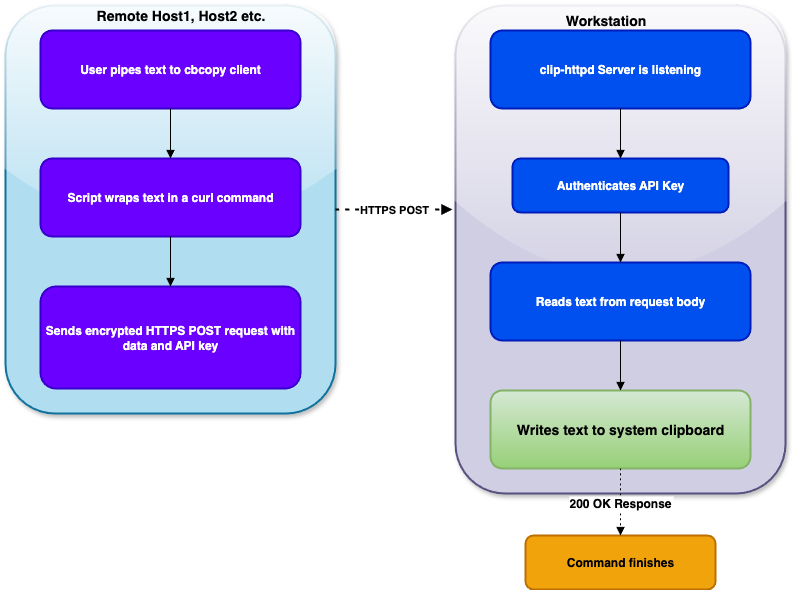
Earlier version of the draw.io export images/clip-httpd-flow.drawio.png (muquit/clip-httpd). Source tidied: cells renumbered, new cells last; positions are measured from the earlier drawing's top-left corner, leaving out a move shared by most shapes.
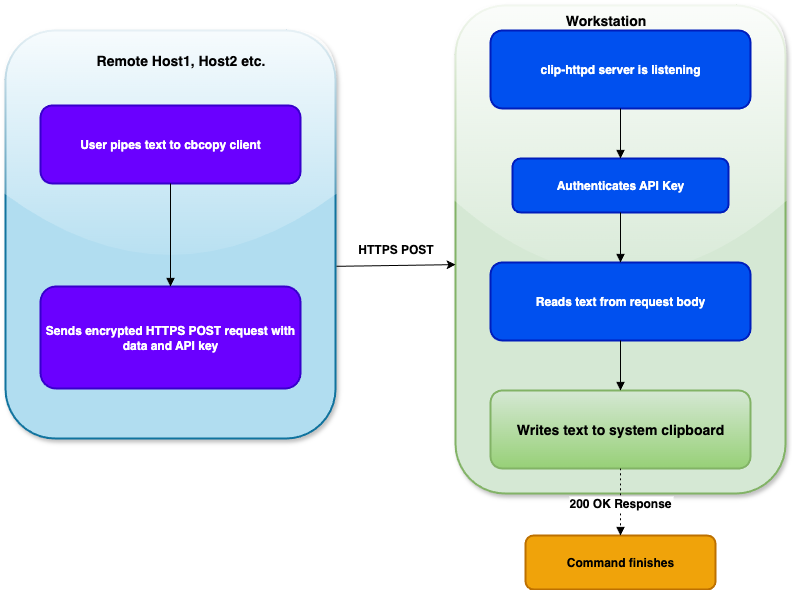
After the change.

Commit message:
Update flow diagram

Diff of the diagram source:
```diff
@@ -2,22 +2,19 @@
   <root>
     <mxCell id="0" />
     <mxCell id="1" parent="0" />
-    <mxCell id="2" style="whiteSpace=wrap;strokeWidth=2;rounded=1;fillColor=#d0cee2;strokeColor=#56517e;glass=1;shadow=1;" parent="1" vertex="1">
+    <mxCell id="2" style="whiteSpace=wrap;strokeWidth=2;rounded=1;fillColor=#d5e8d4;strokeColor=#82b366;glass=1;shadow=1;" parent="1" vertex="1">
       <mxGeometry x="450" y="5" width="330" height="488" as="geometry" />
     </mxCell>
-    <mxCell id="3" value="Remote Host" style="whiteSpace=wrap;strokeWidth=2;rounded=1;fillColor=#b1ddf0;strokeColor=#10739e;glass=1;shadow=1;" parent="1" vertex="1">
-      <mxGeometry y="5" width="330" height="408" as="geometry" />
+    <mxCell id="3" style="whiteSpace=wrap;strokeWidth=2;rounded=1;fillColor=#b1ddf0;strokeColor=#10739e;glass=1;shadow=1;" parent="1" vertex="1">
+      <mxGeometry y="30" width="330" height="408" as="geometry" />
     </mxCell>
     <mxCell id="4" value="User pipes text to cbcopy client" style="whiteSpace=wrap;strokeWidth=2;rounded=1;fillColor=#6a00ff;fontColor=#ffffff;strokeColor=#3700CC;fontStyle=1;" parent="1" vertex="1">
-      <mxGeometry x="35" y="30" width="260" height="78" as="geometry" />
+      <mxGeometry x="35" y="105" width="260" height="78" as="geometry" />
     </mxCell>
-    <mxCell id="5" value="Script wraps text in a curl command" style="whiteSpace=wrap;strokeWidth=2;rounded=1;fillColor=#6a00ff;fontColor=#ffffff;strokeColor=#3700CC;fontStyle=1;" parent="1" vertex="1">
-      <mxGeometry x="35" y="158" width="260" height="78" as="geometry" />
-    </mxCell>
     <mxCell id="6" value="Sends encrypted HTTPS POST request with data and API key" style="whiteSpace=wrap;strokeWidth=2;rounded=1;fillColor=#6a00ff;fontColor=#ffffff;strokeColor=#3700CC;fontStyle=1;" parent="1" vertex="1">
       <mxGeometry x="35" y="286" width="260" height="102" as="geometry" />
     </mxCell>
-    <mxCell id="7" value="clip-httpd Server is listening" style="whiteSpace=wrap;strokeWidth=2;rounded=1;fillColor=#0050ef;fontColor=#ffffff;strokeColor=#001DBC;fontStyle=1;" parent="1" vertex="1">
+    <mxCell id="7" value="clip-httpd server is listening" style="whiteSpace=wrap;strokeWidth=2;rounded=1;fillColor=#0050ef;fontColor=#ffffff;strokeColor=#001DBC;fontStyle=1;" parent="1" vertex="1">
       <mxGeometry x="485" y="30" width="260" height="78" as="geometry" />
     </mxCell>
     <mxCell id="8" value="Authenticates API Key" style="whiteSpace=wrap;strokeWidth=2;rounded=1;fillColor=#0050ef;fontColor=#ffffff;strokeColor=#001DBC;fontStyle=1;" parent="1" vertex="1">
@@ -32,15 +29,9 @@
     <mxCell id="11" value="Command finishes" style="whiteSpace=wrap;strokeWidth=2;rounded=1;fontStyle=1;fillColor=#f0a30a;fontColor=#000000;strokeColor=#BD7000;" parent="1" vertex="1">
       <mxGeometry x="520" y="535" width="190" height="54" as="geometry" />
     </mxCell>
-    <mxCell id="12" style="curved=1;startArrow=none;endArrow=block;exitX=0.5;exitY=1;entryX=0.5;entryY=0;rounded=0;" parent="1" edge="1" source="4" target="5">
+    <mxCell id="12" style="curved=1;startArrow=none;endArrow=block;exitX=0.5;exitY=1;entryX=0.5;entryY=0;rounded=0;entryDx=0;entryDy=0;" parent="1" edge="1" source="4" target="6">
       <mxGeometry relative="1" as="geometry" />
     </mxCell>
-    <mxCell id="13" style="curved=1;startArrow=none;endArrow=block;exitX=0.5;exitY=1;entryX=0.5;entryY=0;rounded=0;" parent="1" edge="1" source="5" target="6">
-      <mxGeometry relative="1" as="geometry" />
-    </mxCell>
-    <mxCell id="14" value="HTTPS POST" style="curved=1;dashed=1;dashPattern=2 3;startArrow=none;endArrow=block;exitX=1;exitY=0.5;entryX=-0.009;entryY=0.418;rounded=0;fontStyle=1;exitDx=0;exitDy=0;entryDx=0;entryDy=0;entryPerimeter=0;strokeWidth=2;" parent="1" edge="1" source="3" target="2">
-      <mxGeometry relative="1" as="geometry" />
-    </mxCell>
     <mxCell id="15" style="curved=1;startArrow=none;endArrow=block;exitX=0.5;exitY=0.99;entryX=0.5;entryY=-0.01;rounded=0;" parent="1" edge="1" source="7" target="8">
       <mxGeometry relative="1" as="geometry" />
     </mxCell>
@@ -54,10 +45,18 @@
       <mxGeometry relative="1" as="geometry" />
     </mxCell>
     <mxCell id="19" value="&lt;b&gt;&lt;font style=&quot;font-size: 14px;&quot;&gt;Remote Host1, Host2 etc.&lt;/font&gt;&lt;/b&gt;" style="text;html=1;align=center;verticalAlign=middle;strokeColor=none;fillColor=none;" parent="1" vertex="1">
-      <mxGeometry x="80" width="190" height="30" as="geometry" />
+      <mxGeometry x="80" y="45" width="190" height="30" as="geometry" />
     </mxCell>
     <mxCell id="20" value="&lt;b&gt;&lt;font style=&quot;font-size: 14px;&quot;&gt;Workstation&lt;/font&gt;&lt;/b&gt;" style="text;html=1;align=center;verticalAlign=middle;strokeColor=none;fillColor=none;" parent="1" vertex="1">
       <mxGeometry x="550" y="5" width="100" height="30" as="geometry" />
     </mxCell>
+    <mxCell id="21" style="endArrow=classic;html=1;rounded=0;exitX=1.009;exitY=0.578;exitDx=0;exitDy=0;exitPerimeter=0;entryX=0;entryY=0.531;entryDx=0;entryDy=0;entryPerimeter=0;" parent="1" edge="1" target="2">
+      <mxGeometry relative="1" as="geometry">
+        <mxPoint x="331" y="265.8" as="sourcePoint" />
+      </mxGeometry>
+    </mxCell>
+    <mxCell id="14" value="HTTPS POST" style="text;html=1;align=center;verticalAlign=middle;strokeColor=none;fillColor=none;fontStyle=1;" parent="1" vertex="1">
+      <mxGeometry x="340" y="234" width="100" height="30" as="geometry" />
+    </mxCell>
   </root>
 </mxGraphModel>
```
